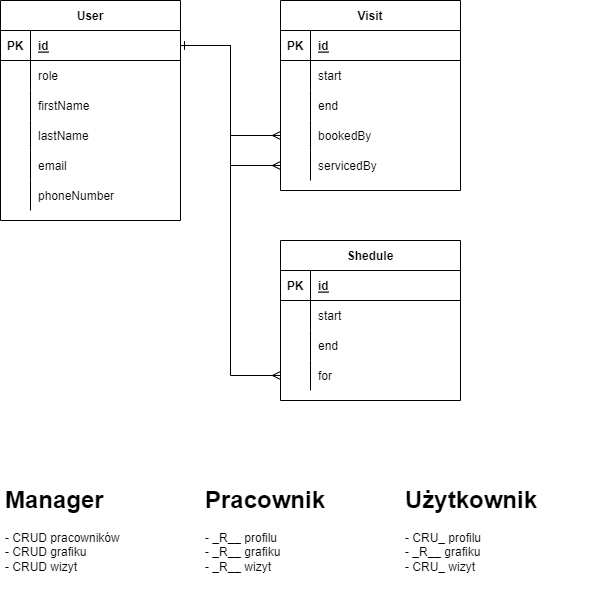
Before: backend/thunder-tests/Diagram.drawio.png, a diagram exported from draw.io (piotr-wawro/hairdresser-visits-booking). Source tidied: cells renumbered, new cells last; positions are measured from the earlier drawing's top-left corner, leaving out a move shared by most shapes.
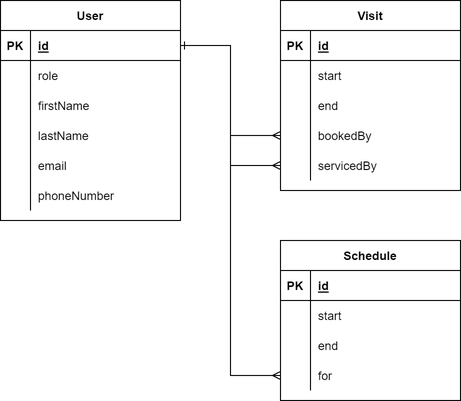
After the change.

Commit message:
Replace database diagram

Change to the diagram source:
```diff
@@ -113,7 +113,7 @@
     <mxCell id="38" style="edgeStyle=orthogonalEdgeStyle;rounded=0;jettySize=auto;html=1;entryX=0;entryY=0.5;entryDx=0;entryDy=0;endArrow=ERmany;endFill=0;startArrow=ERone;startFill=0;" parent="1" edge="1" source="3" target="34">
       <mxGeometry relative="1" as="geometry" />
     </mxCell>
-    <mxCell id="39" value="Shedule" style="shape=table;startSize=30;rowLines=0;fontStyle=1;align=center;" parent="1" vertex="1">
+    <mxCell id="39" value="Schedule" style="shape=table;startSize=30;rowLines=0;fontStyle=1;align=center;" parent="1" vertex="1">
       <mxGeometry x="280" y="240" width="180" height="160" as="geometry" />
     </mxCell>
     <mxCell id="40" style="shape=tableRow;horizontal=0;startSize=0;swimlaneHead=0;swimlaneBody=0;fillColor=none;top=0;left=0;right=0;bottom=1;" parent="39" vertex="1">
@@ -155,14 +155,5 @@
     <mxCell id="52" style="edgeStyle=orthogonalEdgeStyle;rounded=0;jettySize=auto;html=1;entryX=0;entryY=0.5;entryDx=0;entryDy=0;startArrow=ERone;startFill=0;endArrow=ERmany;endFill=0;" parent="1" edge="1" source="3" target="49">
       <mxGeometry relative="1" as="geometry" />
     </mxCell>
-    <mxCell id="53" value="&lt;h1&gt;Manager&lt;/h1&gt;&lt;p&gt;- CRUD pracowników&lt;br&gt;- CRUD&amp;nbsp;grafiku&lt;br&gt;- CRUD&amp;nbsp;wizyt&lt;/p&gt;" style="text;html=1;strokeColor=none;fillColor=none;spacing=5;spacingTop=-20;whiteSpace=wrap;overflow=hidden;rounded=0;" parent="1" vertex="1">
-      <mxGeometry y="480" width="190" height="120" as="geometry" />
-    </mxCell>
-    <mxCell id="54" value="&lt;h1&gt;Pracownik&lt;/h1&gt;&lt;p&gt;- _R__ profilu&lt;br&gt;- _R__ grafiku&lt;br&gt;- _R__ wizyt&lt;/p&gt;" style="text;html=1;strokeColor=none;fillColor=none;spacing=5;spacingTop=-20;whiteSpace=wrap;overflow=hidden;rounded=0;" parent="1" vertex="1">
-      <mxGeometry x="200" y="480" width="190" height="120" as="geometry" />
-    </mxCell>
-    <mxCell id="55" value="&lt;h1&gt;Użytkownik&lt;/h1&gt;&lt;p&gt;- CRU_ profilu&lt;br&gt;- _R__ grafiku&lt;br&gt;- CRU_ wizyt&lt;/p&gt;" style="text;html=1;strokeColor=none;fillColor=none;spacing=5;spacingTop=-20;whiteSpace=wrap;overflow=hidden;rounded=0;" parent="1" vertex="1">
-      <mxGeometry x="400" y="480" width="190" height="120" as="geometry" />
-    </mxCell>
   </root>
 </mxGraphModel>
```
